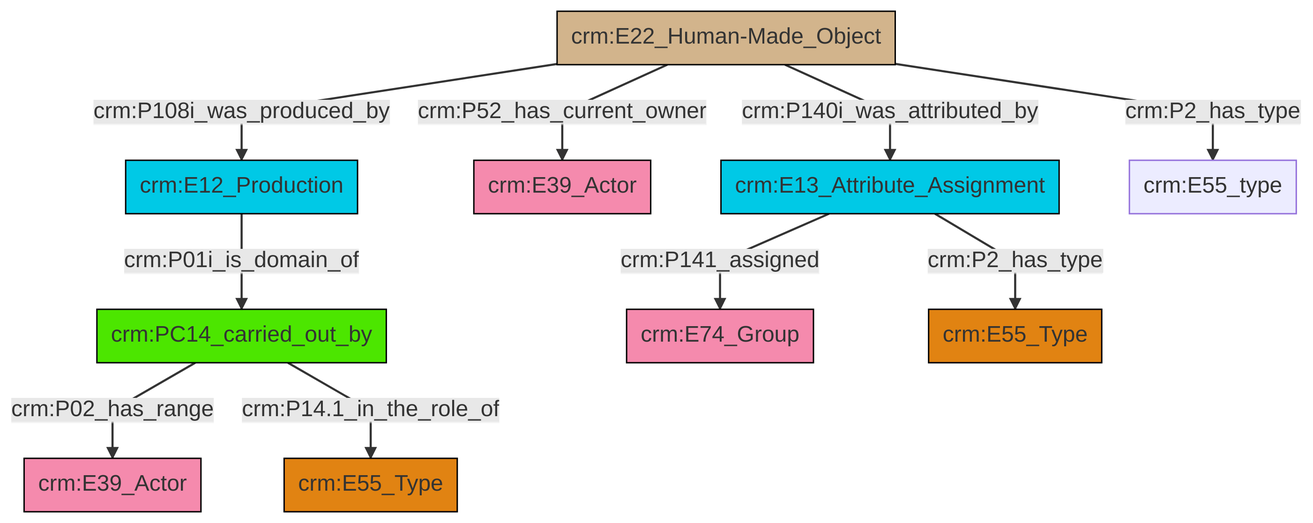
swiss-art-research-net/docs.swissartresearch keeps this Mermaid diagram as et/builtWorkCSV/ttl/mmd/png/Built_Work_actor_relations.png. Above is the earlier version. Its source is kept beside it as et/builtWorkCSV/ttl/mmd/Built_Work_actor_relations.ttl.mmd.
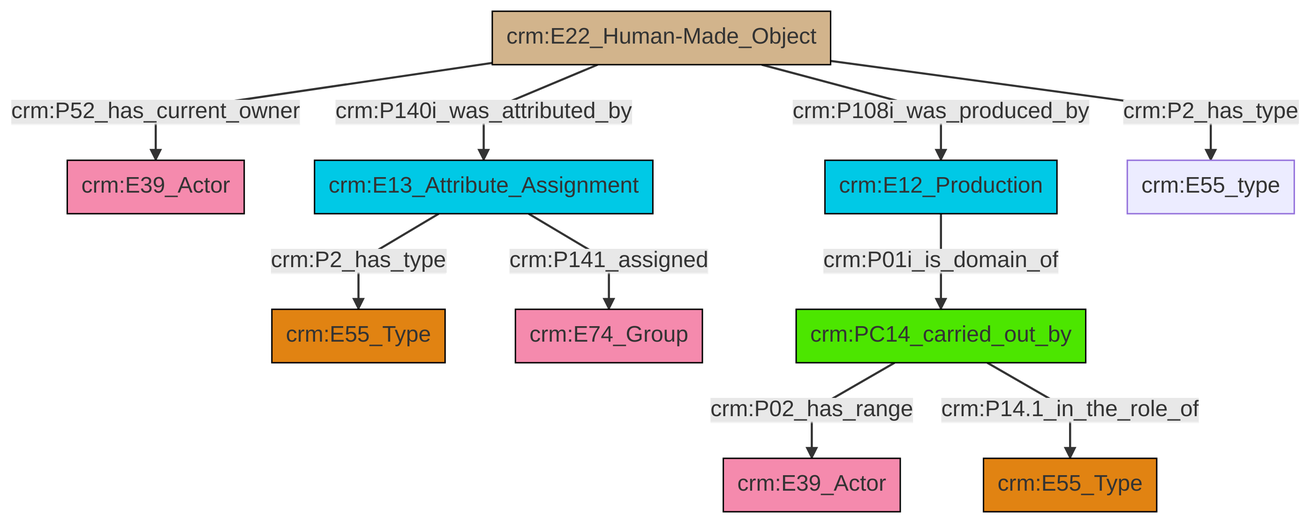
After the change.

Diff of the diagram source:
```diff
@@ -13,12 +13,12 @@
 classDef PC_Classes fill:#4ce600, stroke:#000000;
 classDef Multi fill:#cccccc,stroke:#000000;
 
-0["crm:E13_Attribute_Assignment"]:::Temporal_Entity -->|crm:P141_assigned| 1["crm:E74_Group"]:::Actor
-2["crm:E12_Production"]:::Temporal_Entity -->|crm:P01i_is_domain_of| 3["crm:PC14_carried_out_by"]:::PC_Classes
-4["crm:E22_Human-Made_Object"]:::Physical_Thing -->|crm:P108i_was_produced_by| 2["crm:E12_Production"]:::Temporal_Entity
-3["crm:PC14_carried_out_by"]:::PC_Classes -->|crm:P02_has_range| 7["crm:E39_Actor"]:::Actor
-4["crm:E22_Human-Made_Object"]:::Physical_Thing -->|crm:P52_has_current_owner| 8["crm:E39_Actor"]:::Actor
-4["crm:E22_Human-Made_Object"]:::Physical_Thing -->|crm:P140i_was_attributed_by| 0["crm:E13_Attribute_Assignment"]:::Temporal_Entity
-4["crm:E22_Human-Made_Object"]:::Physical_Thing -->|crm:P2_has_type| 5["crm:E55_type"]:::Default
-0["crm:E13_Attribute_Assignment"]:::Temporal_Entity -->|crm:P2_has_type| 11["crm:E55_Type"]:::Type
-3["crm:PC14_carried_out_by"]:::PC_Classes -->|crm:P14.1_in_the_role_of| 9["crm:E55_Type"]:::Type
+0["crm:E13_Attribute_Assignment"]:::Temporal_Entity -->|crm:P2_has_type| 1["crm:E55_Type"]:::Type
+2["crm:E22_Human-Made_Object"]:::Physical_Thing -->|crm:P52_has_current_owner| 3["crm:E39_Actor"]:::Actor
+5["crm:PC14_carried_out_by"]:::PC_Classes -->|crm:P02_has_range| 6["crm:E39_Actor"]:::Actor
+5["crm:PC14_carried_out_by"]:::PC_Classes -->|crm:P14.1_in_the_role_of| 7["crm:E55_Type"]:::Type
+0["crm:E13_Attribute_Assignment"]:::Temporal_Entity -->|crm:P141_assigned| 8["crm:E74_Group"]:::Actor
+9["crm:E12_Production"]:::Temporal_Entity -->|crm:P01i_is_domain_of| 5["crm:PC14_carried_out_by"]:::PC_Classes
+2["crm:E22_Human-Made_Object"]:::Physical_Thing -->|crm:P140i_was_attributed_by| 0["crm:E13_Attribute_Assignment"]:::Temporal_Entity
+2["crm:E22_Human-Made_Object"]:::Physical_Thing -->|crm:P108i_was_produced_by| 9["crm:E12_Production"]:::Temporal_Entity
+2["crm:E22_Human-Made_Object"]:::Physical_Thing -->|crm:P2_has_type| 15["crm:E55_type"]:::Default
```
